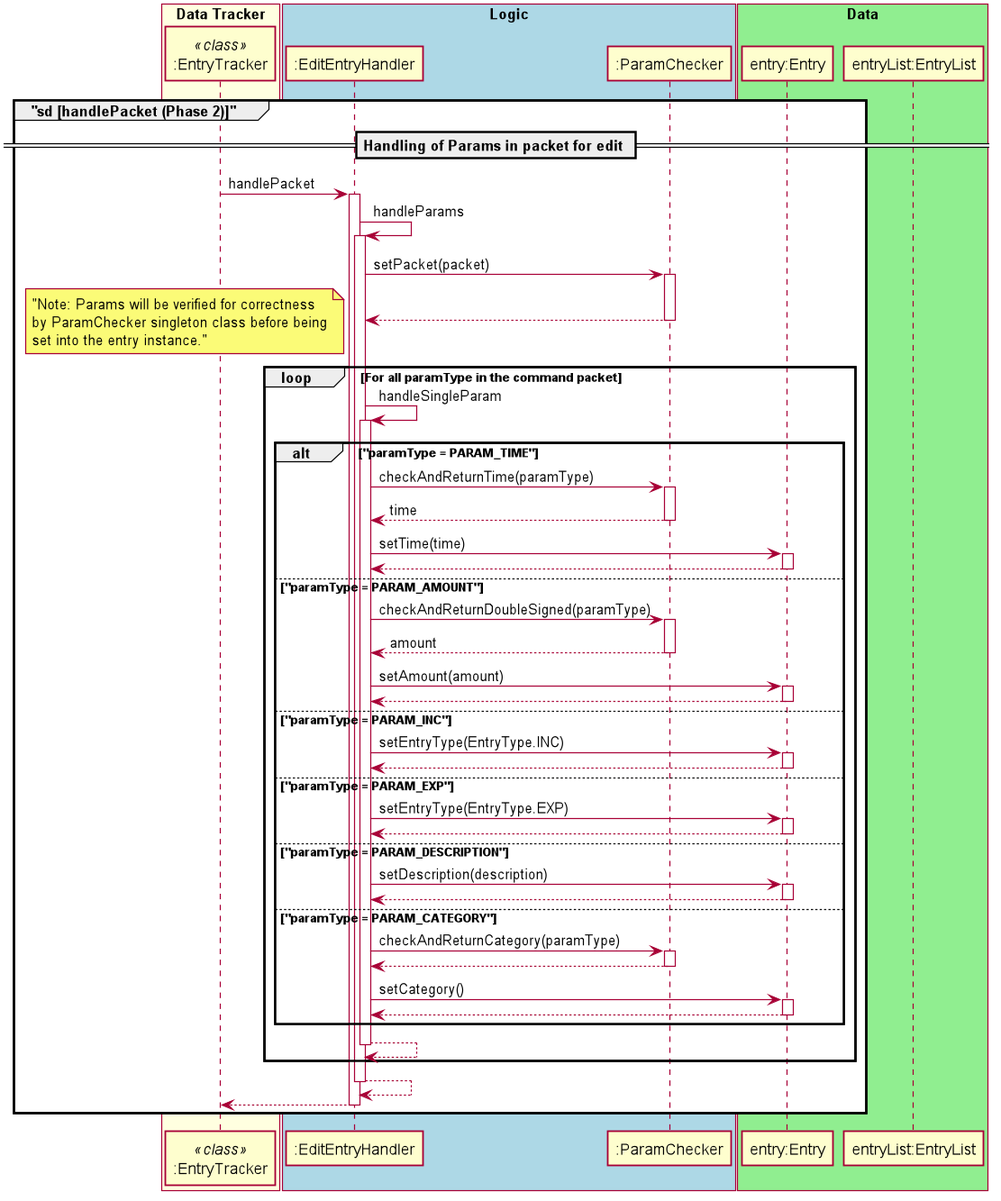
The PlantUML diagram docs/uml_images/images_updated/entryTrackerEditEntrySeqDiagram3.png in nus-cs2113-AY2021S1/tp, before a commit. Its diagram source:
```plantuml
@startuml
autoactivate on
scale 1094 width
skinparam shadowing false
skinparam sequence {
ActorBorderColor white

ActorBackgroundColor white
ActorFontColor white
ActorFontSize 17
ActorFontName ""
}

box "Data Tracker" #LightYellow
participant ":EntryTracker" as entryTracker <<class>>
endBox

box "Logic" #LightBlue
participant ":EditEntryHandler"
participant ":ParamChecker"
endBox

box "Data" #LightGreen
participant "entry:Entry"
participant "entryList:EntryList"
endBox
group "sd [handlePacket (Phase 2)]"
        == Handling of Params in packet for edit ==
        entryTracker -> ":EditEntryHandler" : handlePacket
        ":EditEntryHandler" -> ":EditEntryHandler" : handleParams
            ":EditEntryHandler" -> ":ParamChecker" : setPacket(packet)
            return
            loop For all paramType in the command packet
                note left: "Note: Params will be verified for correctness\nby ParamChecker singleton class before being\nset into the entry instance."
                ":EditEntryHandler" -> ":EditEntryHandler" : handleSingleParam
                    alt "paramType = PARAM_TIME"
                        ":EditEntryHandler" ->":ParamChecker": checkAndReturnTime(paramType)
                        return time
                        ":EditEntryHandler" -> "entry:Entry" : setTime(time)
                        return
                    else "paramType = PARAM_AMOUNT"
                        ":EditEntryHandler" ->":ParamChecker": checkAndReturnDoubleSigned(paramType)
                        return amount
                        ":EditEntryHandler" -> "entry:Entry" : setAmount(amount)
                        return
                    else "paramType = PARAM_INC"
                        ":EditEntryHandler" -> "entry:Entry" : setEntryType(EntryType.INC)
                        return
                    else "paramType = PARAM_EXP"
                        ":EditEntryHandler" -> "entry:Entry" : setEntryType(EntryType.EXP)
                        return
                    else "paramType = PARAM_DESCRIPTION"
                        ":EditEntryHandler" -> "entry:Entry" : setDescription(description)
                        return
                    else "paramType = PARAM_CATEGORY"
                        ":EditEntryHandler" ->":ParamChecker": checkAndReturnCategory(paramType)
                        return
                        ":EditEntryHandler" -> "entry:Entry" : setCategory()
                        return
                    end
                return
            end
        return
        return
end



@enduml
```
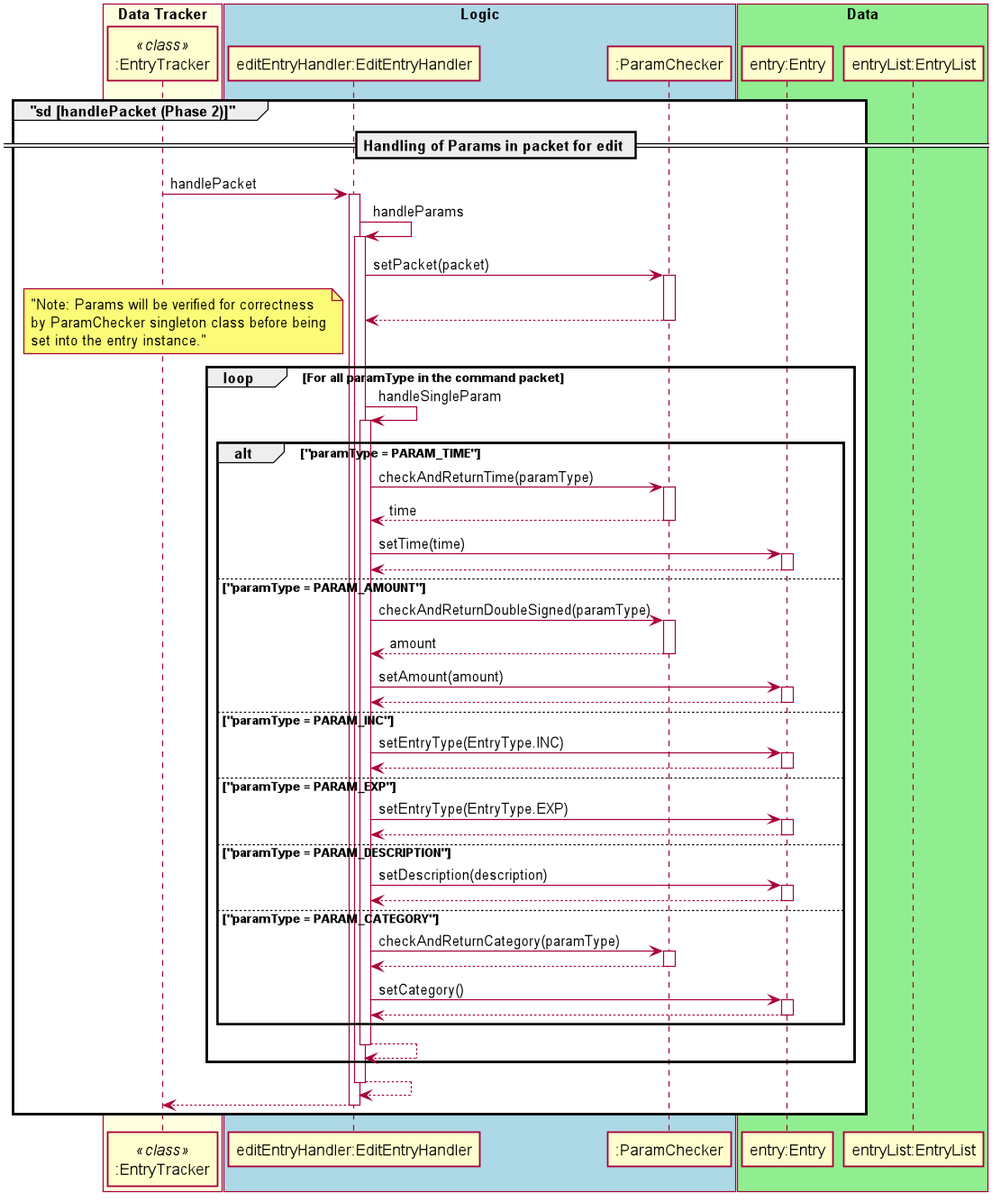
After the change.

What changed in the source:
```diff
@@ -16,7 +16,7 @@
 endBox
 
 box "Logic" #LightBlue
-participant ":EditEntryHandler"
+participant "editEntryHandler:EditEntryHandler"
 participant ":ParamChecker"
 endBox
 
@@ -26,36 +26,36 @@
 endBox
 group "sd [handlePacket (Phase 2)]"
         == Handling of Params in packet for edit ==
-        entryTracker -> ":EditEntryHandler" : handlePacket
-        ":EditEntryHandler" -> ":EditEntryHandler" : handleParams
-            ":EditEntryHandler" -> ":ParamChecker" : setPacket(packet)
+        entryTracker -> "editEntryHandler:EditEntryHandler" : handlePacket
+        "editEntryHandler:EditEntryHandler" -> "editEntryHandler:EditEntryHandler" : handleParams
+            "editEntryHandler:EditEntryHandler" -> ":ParamChecker" : setPacket(packet)
             return
             loop For all paramType in the command packet
                 note left: "Note: Params will be verified for correctness\nby ParamChecker singleton class before being\nset into the entry instance."
-                ":EditEntryHandler" -> ":EditEntryHandler" : handleSingleParam
+                "editEntryHandler:EditEntryHandler" -> "editEntryHandler:EditEntryHandler" : handleSingleParam
                     alt "paramType = PARAM_TIME"
-                        ":EditEntryHandler" ->":ParamChecker": checkAndReturnTime(paramType)
+                        "editEntryHandler:EditEntryHandler" ->":ParamChecker": checkAndReturnTime(paramType)
                         return time
-                        ":EditEntryHandler" -> "entry:Entry" : setTime(time)
+                        "editEntryHandler:EditEntryHandler" -> "entry:Entry" : setTime(time)
                         return
                     else "paramType = PARAM_AMOUNT"
-                        ":EditEntryHandler" ->":ParamChecker": checkAndReturnDoubleSigned(paramType)
+                        "editEntryHandler:EditEntryHandler" ->":ParamChecker": checkAndReturnDoubleSigned(paramType)
                         return amount
-                        ":EditEntryHandler" -> "entry:Entry" : setAmount(amount)
+                        "editEntryHandler:EditEntryHandler" -> "entry:Entry" : setAmount(amount)
                         return
                     else "paramType = PARAM_INC"
-                        ":EditEntryHandler" -> "entry:Entry" : setEntryType(EntryType.INC)
+                        "editEntryHandler:EditEntryHandler" -> "entry:Entry" : setEntryType(EntryType.INC)
                         return
                     else "paramType = PARAM_EXP"
-                        ":EditEntryHandler" -> "entry:Entry" : setEntryType(EntryType.EXP)
+                        "editEntryHandler:EditEntryHandler" -> "entry:Entry" : setEntryType(EntryType.EXP)
                         return
                     else "paramType = PARAM_DESCRIPTION"
-                        ":EditEntryHandler" -> "entry:Entry" : setDescription(description)
+                        "editEntryHandler:EditEntryHandler" -> "entry:Entry" : setDescription(description)
                         return
                     else "paramType = PARAM_CATEGORY"
-                        ":EditEntryHandler" ->":ParamChecker": checkAndReturnCategory(paramType)
+                        "editEntryHandler:EditEntryHandler" ->":ParamChecker": checkAndReturnCategory(paramType)
                         return
-                        ":EditEntryHandler" -> "entry:Entry" : setCategory()
+                        "editEntryHandler:EditEntryHandler" -> "entry:Entry" : setCategory()
                         return
                     end
                 return
```
